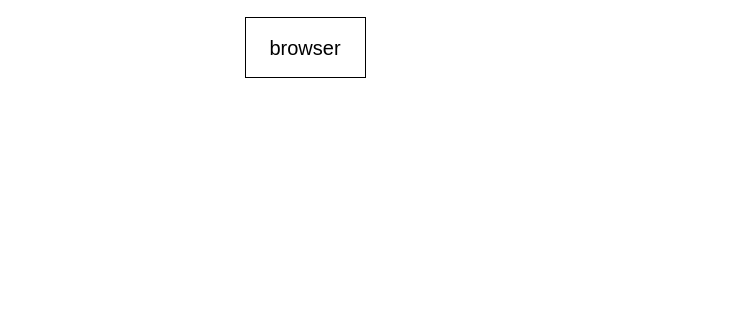
The draw.io diagram JshopArchDiagram.drawio in Fenlyin/myDraw, before the edit. Source tidied: cells renumbered, new cells numbered last; positions are measured from the earlier drawing's top-left corner, leaving out a move shared by most shapes. Both pictures are drawn from the tidied source at 100%, with x=0, y=0 at pixel (245, 17).
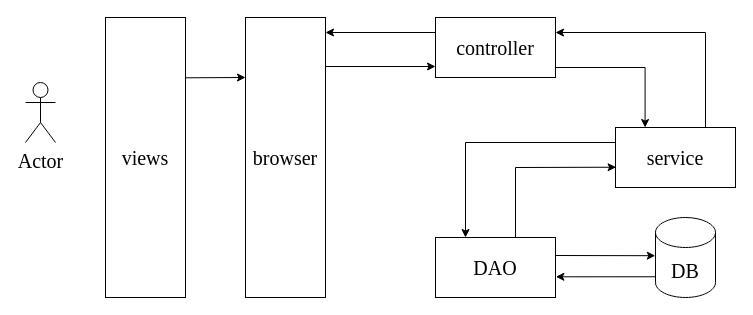
Above is the later version.

The edit, as a diff of the source:
```diff
@@
-    <mxCell id="2" value="&lt;font style=&quot;font-size: 20px;&quot;&gt;browser&lt;/font&gt;" style="rounded=0;whiteSpace=wrap;html=1;" parent="1" vertex="1">
-      <mxGeometry width="120" height="60" as="geometry" />
+    <mxCell id="2" value="browser" style="rounded=0;whiteSpace=wrap;html=1;strokeColor=default;align=center;verticalAlign=middle;fontFamily=Times New Roman;fontSize=20;fontColor=default;fillColor=default;" parent="1" vertex="1">
+      <mxGeometry width="80" height="280" as="geometry" />
     </mxCell>
+    <mxCell id="3" value="controller" style="rounded=0;whiteSpace=wrap;html=1;strokeColor=default;align=center;verticalAlign=middle;fontFamily=Times New Roman;fontSize=20;fontColor=default;fillColor=default;" parent="1" vertex="1">
+      <mxGeometry x="190" width="120" height="60" as="geometry" />
+    </mxCell>
+    <mxCell id="4" value="service" style="rounded=0;whiteSpace=wrap;html=1;strokeColor=default;align=center;verticalAlign=middle;fontFamily=Times New Roman;fontSize=20;fontColor=default;fillColor=default;" parent="1" vertex="1">
+      <mxGeometry x="370" y="110" width="120" height="60" as="geometry" />
+    </mxCell>
+    <mxCell id="5" value="views" style="rounded=0;whiteSpace=wrap;html=1;strokeColor=default;align=center;verticalAlign=middle;fontFamily=Times New Roman;fontSize=20;fontColor=default;fillColor=default;" parent="1" vertex="1">
+      <mxGeometry x="-140" width="80" height="280" as="geometry" />
+    </mxCell>
+    <mxCell id="6" value="Actor" style="shape=umlActor;verticalLabelPosition=bottom;verticalAlign=top;html=1;rounded=0;strokeColor=default;align=center;fontFamily=Times New Roman;fontSize=20;fontColor=default;fillColor=default;" parent="1" vertex="1">
+      <mxGeometry x="-220" y="65" width="30" height="60" as="geometry" />
+    </mxCell>
+    <mxCell id="7" value="DAO" style="rounded=0;whiteSpace=wrap;html=1;strokeColor=default;align=center;verticalAlign=middle;fontFamily=Times New Roman;fontSize=20;fontColor=default;fillColor=default;" parent="1" vertex="1">
+      <mxGeometry x="190" y="220" width="120" height="60" as="geometry" />
+    </mxCell>
+    <mxCell id="8" value="DB" style="shape=cylinder3;whiteSpace=wrap;html=1;boundedLbl=1;backgroundOutline=1;size=15;rounded=0;strokeColor=default;align=center;verticalAlign=middle;fontFamily=Times New Roman;fontSize=20;fontColor=default;fillColor=default;" parent="1" vertex="1">
+      <mxGeometry x="410" y="200" width="60" height="80" as="geometry" />
+    </mxCell>
+    <mxCell id="9" style="endArrow=classic;html=1;rounded=0;fontFamily=Times New Roman;fontSize=20;fontColor=default;exitX=1;exitY=0.218;exitDx=0;exitDy=0;exitPerimeter=0;entryX=0.004;entryY=0.217;entryDx=0;entryDy=0;entryPerimeter=0;" parent="1" edge="1">
+      <mxGeometry relative="1" as="geometry">
+        <mxPoint x="-60.3" y="60.3" as="sourcePoint" />
+        <mxPoint y="60" as="targetPoint" />
+      </mxGeometry>
+    </mxCell>
+    <mxCell id="10" style="endArrow=classic;html=1;rounded=0;fontFamily=Times New Roman;fontSize=20;fontColor=default;exitX=1;exitY=0.218;exitDx=0;exitDy=0;exitPerimeter=0;entryX=0;entryY=0.5;entryDx=0;entryDy=0;" parent="1" edge="1">
+      <mxGeometry relative="1" as="geometry">
+        <mxPoint x="80" y="49" as="sourcePoint" />
+        <mxPoint x="190" y="49" as="targetPoint" />
+      </mxGeometry>
+    </mxCell>
+    <mxCell id="11" style="endArrow=classic;html=1;rounded=0;fontFamily=Times New Roman;fontSize=20;fontColor=default;entryX=0.5;entryY=0;entryDx=0;entryDy=0;" parent="1" edge="1">
+      <mxGeometry relative="1" as="geometry">
+        <mxPoint x="310" y="50" as="sourcePoint" />
+        <mxPoint x="399.6" y="110" as="targetPoint" />
+        <Array as="points">
+          <mxPoint x="399.6" y="50" />
+        </Array>
+      </mxGeometry>
+    </mxCell>
+    <mxCell id="12" style="endArrow=classic;html=1;rounded=0;fontFamily=Times New Roman;fontSize=20;fontColor=default;exitX=0;exitY=0.25;exitDx=0;exitDy=0;entryX=0.25;entryY=0;entryDx=0;entryDy=0;" parent="1" edge="1" source="4" target="7">
+      <mxGeometry relative="1" as="geometry">
+        <Array as="points">
+          <mxPoint x="220" y="125" />
+        </Array>
+      </mxGeometry>
+    </mxCell>
+    <mxCell id="13" style="endArrow=classic;html=1;rounded=0;fontFamily=Times New Roman;fontSize=20;fontColor=default;exitX=0.996;exitY=0.466;exitDx=0;exitDy=0;exitPerimeter=0;entryX=-0.004;entryY=0.602;entryDx=0;entryDy=0;entryPerimeter=0;" parent="1" edge="1">
+      <mxGeometry relative="1" as="geometry">
+        <mxPoint x="309.5" y="238" as="sourcePoint" />
+        <mxPoint x="409.8" y="238.2" as="targetPoint" />
+      </mxGeometry>
+    </mxCell>
+    <mxCell id="14" style="endArrow=classic;html=1;rounded=0;fontFamily=Times New Roman;fontSize=20;fontColor=default;exitX=0.005;exitY=0.741;exitDx=0;exitDy=0;exitPerimeter=0;entryX=1.003;entryY=0.655;entryDx=0;entryDy=0;entryPerimeter=0;" parent="1" edge="1" source="8" target="7">
+      <mxGeometry relative="1" as="geometry" />
+    </mxCell>
+    <mxCell id="15" style="endArrow=classic;html=1;rounded=0;fontFamily=Times New Roman;fontSize=20;fontColor=default;entryX=0.005;entryY=0.662;entryDx=0;entryDy=0;entryPerimeter=0;" parent="1" edge="1" target="4">
+      <mxGeometry relative="1" as="geometry">
+        <mxPoint x="270" y="220" as="sourcePoint" />
+        <Array as="points">
+          <mxPoint x="270" y="150" />
+        </Array>
+      </mxGeometry>
+    </mxCell>
+    <mxCell id="16" style="endArrow=classic;html=1;rounded=0;fontFamily=Times New Roman;fontSize=20;fontColor=default;entryX=1;entryY=0.25;entryDx=0;entryDy=0;exitX=0.75;exitY=0;exitDx=0;exitDy=0;" parent="1" edge="1" source="4" target="3">
+      <mxGeometry relative="1" as="geometry">
+        <Array as="points">
+          <mxPoint x="460" y="15" />
+        </Array>
+      </mxGeometry>
+    </mxCell>
+    <mxCell id="17" style="endArrow=classic;html=1;rounded=0;fontFamily=Times New Roman;fontSize=20;fontColor=default;exitX=0;exitY=0.25;exitDx=0;exitDy=0;" parent="1" edge="1" source="3">
+      <mxGeometry relative="1" as="geometry">
+        <mxPoint x="80" y="15" as="targetPoint" />
+      </mxGeometry>
+    </mxCell>
```
